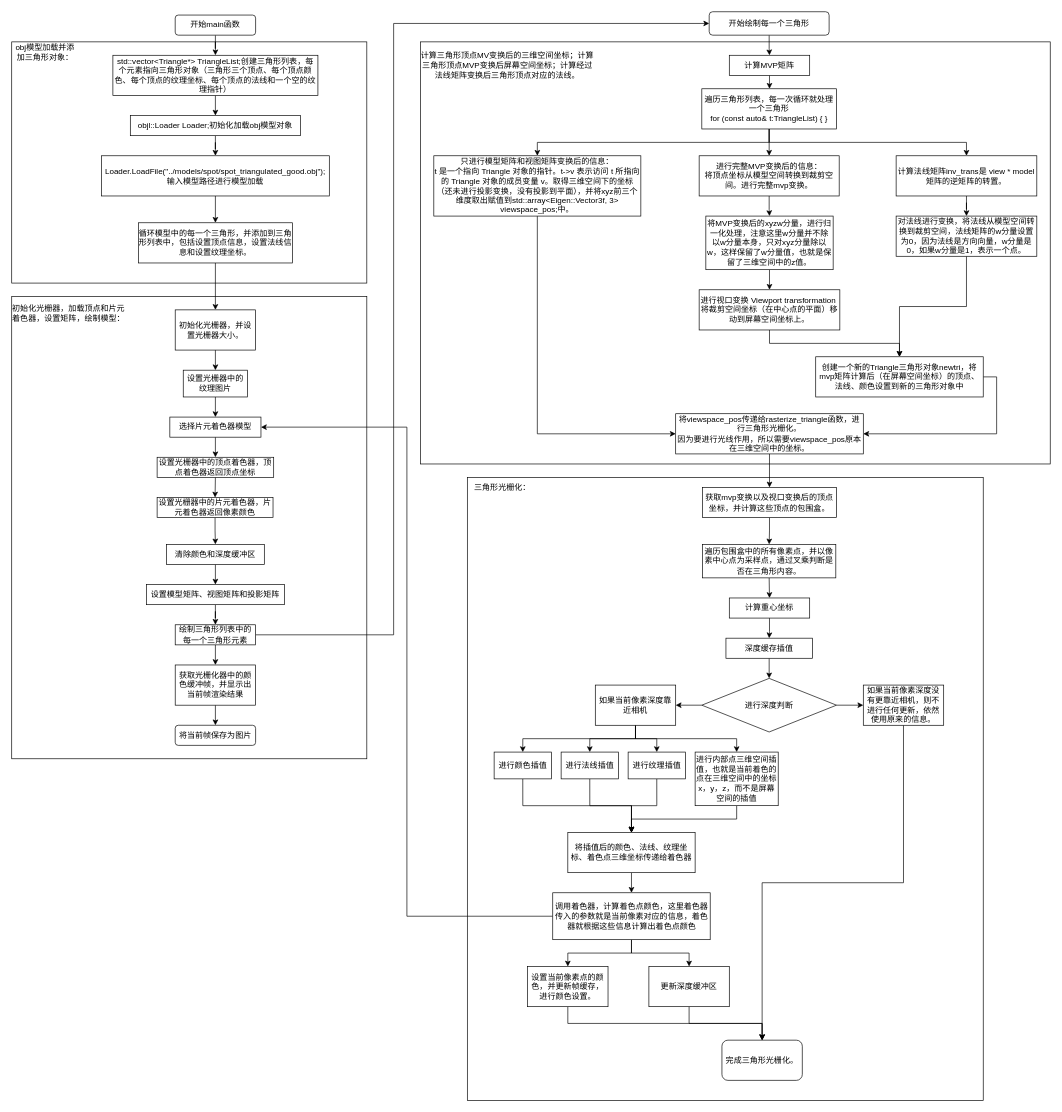
The draw.io diagram Assignment03/Rasterizer_Pipline/Rasterizer_Pipline.drawio in Henrik-JIA/GAMES101_Assignments, before the edit. Source tidied: cells renumbered, new cells numbered last; positions are measured from the earlier drawing's top-left corner, leaving out a move shared by most shapes. Both pictures are drawn from the tidied source at 67%, with x=0, y=0 at pixel (11, 11).
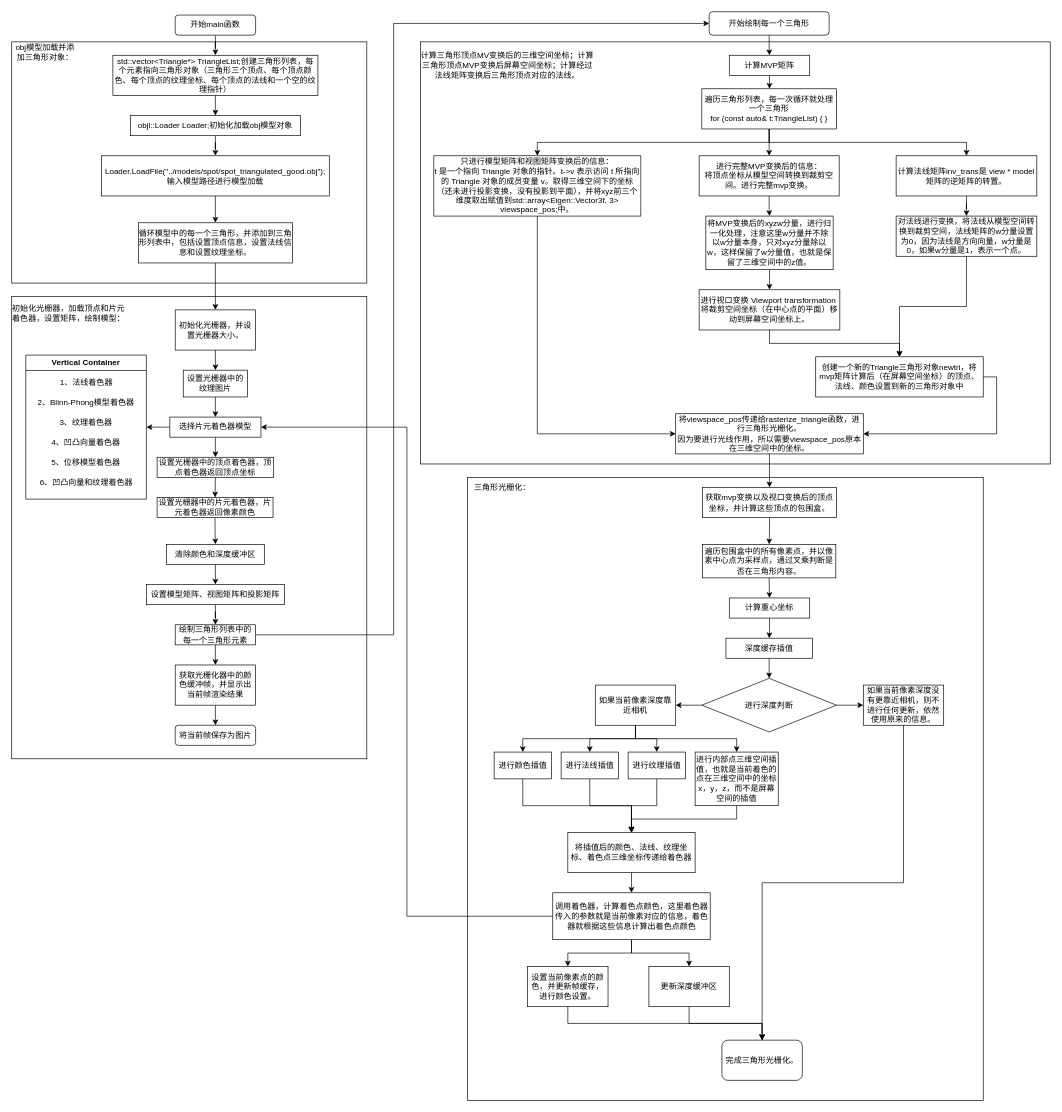
Above is the later version.

Commit message (it also covers changes not shown here):
modify Rasterizer Pipline

Unchanged cells that the change refers to:
```xml
<mxCell id="20" value="选择片元着色器模型" style="rounded=0;whiteSpace=wrap;html=1;" parent="1" vertex="1">
  <mxGeometry x="236" y="605" width="136" height="30" as="geometry" />
</mxCell>
```

The edit, as a diff of the source:
```diff
@@
+    <mxCell id="102" style="edgeStyle=orthogonalEdgeStyle;rounded=0;jettySize=auto;html=1;exitX=0;exitY=0.5;exitDx=0;exitDy=0;entryX=1;entryY=0.5;entryDx=0;entryDy=0;" parent="1" edge="1" source="20" target="103">
+      <mxGeometry relative="1" as="geometry" />
+    </mxCell>
@@
+    <mxCell id="103" value="Vertical Container" style="swimlane;whiteSpace=wrap;html=1;" parent="1" vertex="1">
+      <mxGeometry x="21" y="512.5" width="180" height="215" as="geometry" />
+    </mxCell>
+    <mxCell id="104" value="1、法线着色器" style="text;html=1;align=center;verticalAlign=middle;strokeColor=none;fillColor=none;" parent="103" vertex="1">
+      <mxGeometry x="40" y="25" width="100" height="30" as="geometry" />
+    </mxCell>
+    <mxCell id="105" value="2、Blinn-Phong模型着色器" style="text;html=1;align=center;verticalAlign=middle;whiteSpace=wrap;rounded=0;" parent="103" vertex="1">
+      <mxGeometry x="15" y="55" width="150" height="30" as="geometry" />
+    </mxCell>
+    <mxCell id="106" value="3、纹理着色器" style="text;html=1;align=center;verticalAlign=middle;whiteSpace=wrap;rounded=0;" parent="103" vertex="1">
+      <mxGeometry x="45" y="85" width="90" height="30" as="geometry" />
+    </mxCell>
+    <mxCell id="107" value="4、凹凸向量着色器" style="text;html=1;align=center;verticalAlign=middle;whiteSpace=wrap;rounded=0;" parent="103" vertex="1">
+      <mxGeometry x="35" y="115" width="110" height="30" as="geometry" />
+    </mxCell>
+    <mxCell id="108" value="5、位移模型着色器" style="text;html=1;align=center;verticalAlign=middle;whiteSpace=wrap;rounded=0;" parent="103" vertex="1">
+      <mxGeometry x="35" y="145" width="110" height="30" as="geometry" />
+    </mxCell>
+    <mxCell id="109" value="6、凹凸向量和纹理着色器" style="text;html=1;align=center;verticalAlign=middle;whiteSpace=wrap;rounded=0;" parent="103" vertex="1">
+      <mxGeometry x="17.5" y="175" width="145" height="30" as="geometry" />
+    </mxCell>
```
